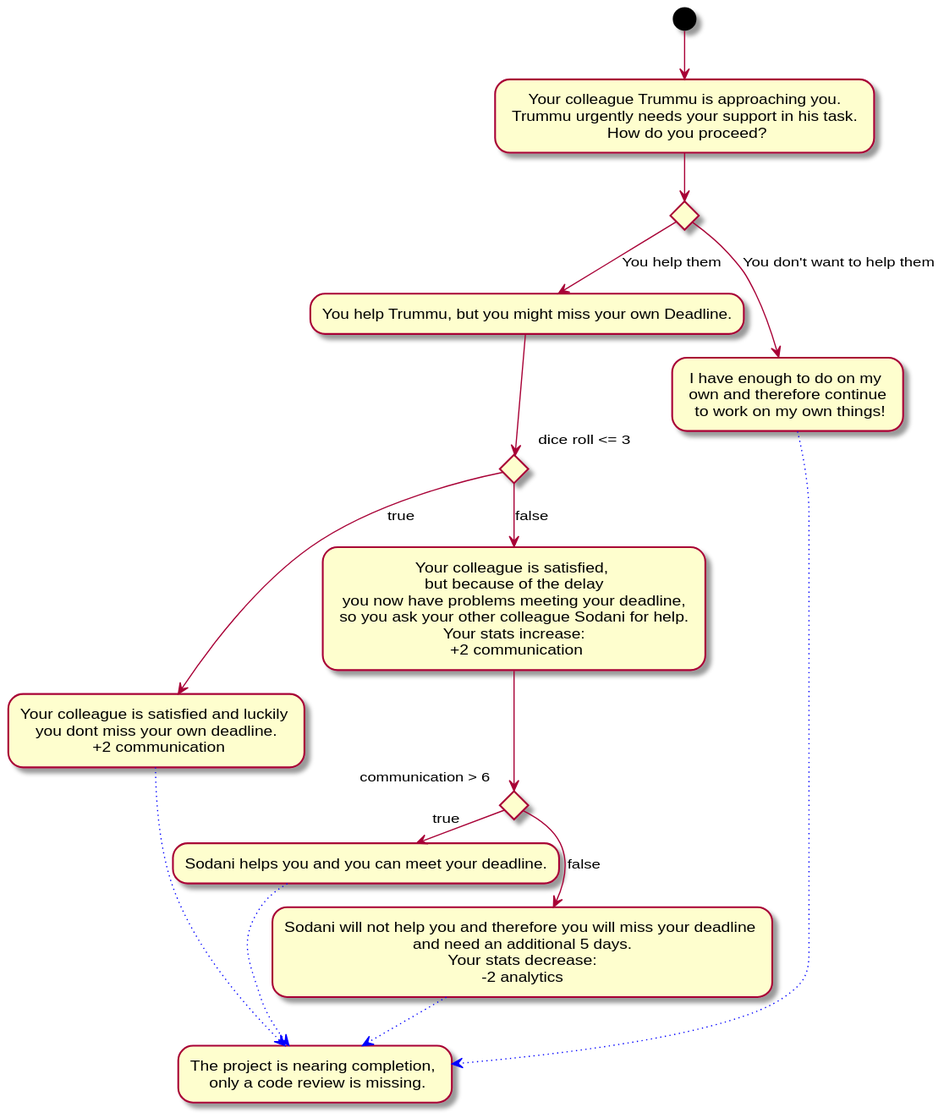
Earlier version of the PlantUML export Docs/Technical Specifications/docs/diagrams/StoryFlow/StoryFlow_Decision_13.svg (Brotenko/QualityQuest).
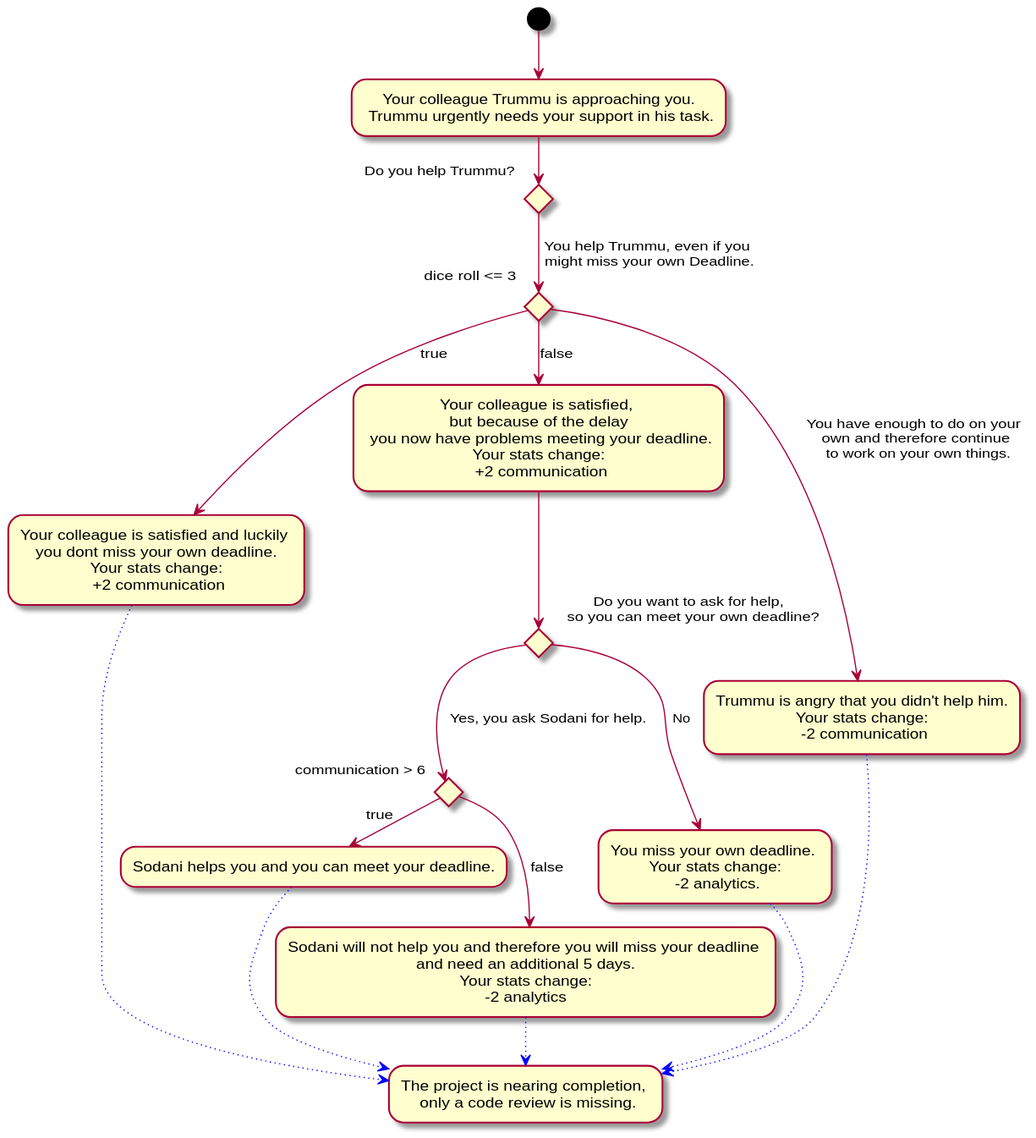
Later version of the same file.

Change to the diagram source:
```diff
@@ -1,22 +1,27 @@
 @startuml
-(*) --> "Your colleague Trummu is approaching you.\n Trummu urgently needs your support in his task. \n How do you proceed?"
-if "" then
---> [You help them] "You help Trummu, but you might miss your own Deadline."
-if "dice roll <= 3" then
---> [true] "Your colleague is satisfied and luckily \n you dont miss your own deadline. \n +2 communication" as a
+(*) --> "Your colleague Trummu is approaching you.\n Trummu urgently needs your support in his task."
+if "Do you help Trummu?" then
+--> [You help Trummu, even if you\n might miss your own Deadline.] if "dice roll <= 3" then
+--> [true] "Your colleague is satisfied and luckily \n you dont miss your own deadline. \n Your stats change: \n +2 communication" as helpNoProblem
 else
---> [false] "Your colleague is satisfied, \n but because of the delay \n you now have problems meeting your deadline, \n so you ask your other colleague Sodani for help. \n Your stats increase: \n +2 communication" as b
-if "communication > 6" then
--right-> [true] "Sodani helps you and you can meet your deadline." as c
+--> [false] "Your colleague is satisfied, \n but because of the delay \n you now have problems meeting your deadline.\n Your stats change: \n +2 communication"
+if "Do you want to ask for help, \n so you can meet your own deadline?" then
+--> [No] "You miss your own deadline. \n Your stats change: \n -2 analytics." as alone
 else
---> [false] "Sodani will not help you and therefore you will miss your deadline \n and need an additional 5 days. \n Your stats decrease: \n-2 analytics"
+--> [Yes, you ask Sodani for help.]if "communication > 6" then
+
+-right-> [true] "Sodani helps you and you can meet your deadline." as getHelp
+else
+else
+--> [false] "Sodani will not help you and therefore you will miss your deadline \n and need an additional 5 days. \n Your stats change: \n-2 analytics"
 -[#blue,dotted]-> "The project is nearing completion, \n only a code review is missing." as ende
 endif
 endif
 else
---> [You don't want to help them] "I have enough to do on my \n own and therefore continue \n to work on my own things!" as assi
+--> [You have enough to do on your \n own and therefore continue \n to work on your own things.] "Trummu is angry that you didn't help him.\n Your stats change: \n -2 communication" as noHelp
 endif
-a -[#blue,dotted]-> ende
-c -[#blue,dotted]-> ende
-assi -[#blue,dotted]-> ende
+alone -[#blue,dotted]-> ende
+helpNoProblem -[#blue,dotted]-> ende
+getHelp -[#blue,dotted]-> ende
+noHelp -[#blue,dotted]-> ende
 @enduml
```
